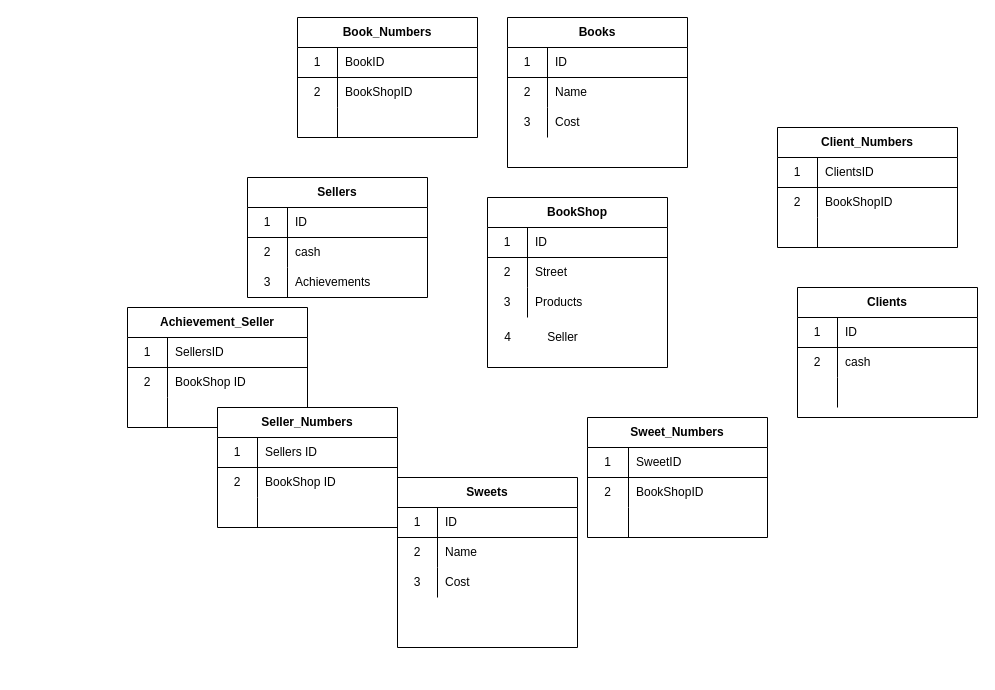
This is Untitled Diagram.drawio from Isska-prog/Autor, a draw.io file, before an edit. Source tidied: cells renumbered, new cells numbered last; positions are measured from the earlier drawing's top-left corner, leaving out a move shared by most shapes. Both pictures are drawn from the tidied source at 100%, with x=0, y=0 at pixel (127, 17).
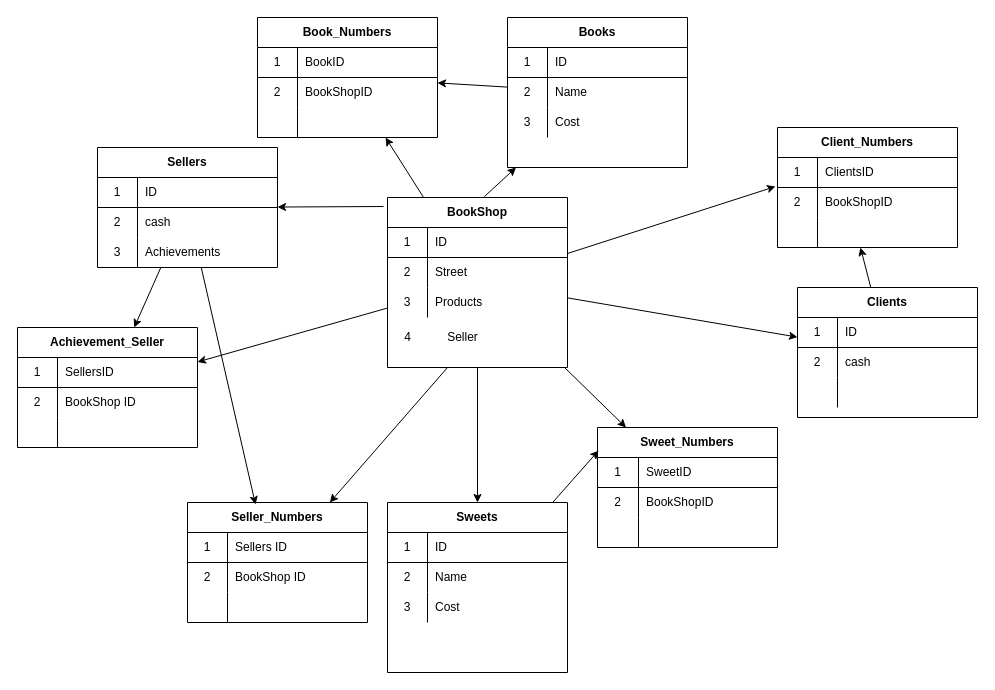
Above is the later version.

Unchanged cells that the change refers to:
```xml
<mxCell id="12" value="Books" style="shape=table;html=1;whiteSpace=wrap;startSize=30;childLayout=tableLayout;rowLines=0;fontStyle=1;align=center;" parent="1" vertex="1">
  <mxGeometry x="380" width="180" height="150" as="geometry" />
</mxCell>
<mxCell id="32" value="Clients" style="shape=table;html=1;whiteSpace=wrap;startSize=30;childLayout=tableLayout;rowLines=0;fontStyle=1;align=center;" parent="1" vertex="1">
  <mxGeometry x="670" y="270" width="180" height="130" as="geometry" />
</mxCell>
<mxCell id="66" style="shape=partialRectangle;html=1;whiteSpace=wrap;fillColor=none;top=0;left=0;bottom=0;right=0;points=[[0,0.5],[1,0.5]];portConstraint=eastwest;" parent="62" vertex="1">
  <mxGeometry y="60" width="180" height="30" as="geometry" />
</mxCell>
<mxCell id="69" style="shape=partialRectangle;html=1;whiteSpace=wrap;fillColor=none;top=0;left=0;bottom=0;right=0;points=[[0,0.5],[1,0.5]];portConstraint=eastwest;" parent="62" vertex="1">
  <mxGeometry y="90" width="180" height="30" as="geometry" />
</mxCell>
```

What changed in the source:
```diff
@@
     <mxCell id="2" value="BookShop" style="shape=table;html=1;whiteSpace=wrap;startSize=30;childLayout=tableLayout;rowLines=0;fontStyle=1;align=center;" parent="1" vertex="1">
-      <mxGeometry x="360" y="180" width="180" height="170" as="geometry" />
+      <mxGeometry x="260" y="180" width="180" height="170" as="geometry" />
     </mxCell>
@@
     <mxCell id="22" value="Book_Numbers" style="shape=table;html=1;whiteSpace=wrap;startSize=30;childLayout=tableLayout;rowLines=0;fontStyle=1;align=center;" parent="1" vertex="1">
-      <mxGeometry x="170" width="180" height="120" as="geometry" />
+      <mxGeometry x="130" width="180" height="120" as="geometry" />
     </mxCell>
@@
     <mxCell id="42" value="Sweets" style="shape=table;html=1;whiteSpace=wrap;startSize=30;childLayout=tableLayout;rowLines=0;fontStyle=1;align=center;" parent="1" vertex="1">
-      <mxGeometry x="270" y="460" width="180" height="170" as="geometry" />
+      <mxGeometry x="260" y="485" width="180" height="170" as="geometry" />
     </mxCell>
@@
     <mxCell id="52" value="Sweet_Numbers" style="shape=table;html=1;whiteSpace=wrap;startSize=30;childLayout=tableLayout;rowLines=0;fontStyle=1;align=center;" parent="1" vertex="1">
-      <mxGeometry x="460" y="400" width="180" height="120" as="geometry" />
+      <mxGeometry x="470" y="410" width="180" height="120" as="geometry" />
     </mxCell>
@@
     <mxCell id="72" value="4" style="text;html=1;align=center;verticalAlign=middle;strokeColor=none;" parent="1" vertex="1">
-      <mxGeometry x="370" y="310" width="20" height="20" as="geometry" />
+      <mxGeometry x="270" y="310" width="20" height="20" as="geometry" />
     </mxCell>
     <mxCell id="73" value="Seller" style="text;html=1;align=center;verticalAlign=middle;strokeColor=none;" parent="1" vertex="1">
-      <mxGeometry x="410" y="310" width="50" height="20" as="geometry" />
+      <mxGeometry x="310" y="310" width="50" height="20" as="geometry" />
     </mxCell>
     <mxCell id="74" value="Sellers" style="shape=table;html=1;whiteSpace=wrap;startSize=30;childLayout=tableLayout;rowLines=0;fontStyle=1;align=center;" parent="1" vertex="1">
-      <mxGeometry x="120" y="160" width="180" height="120" as="geometry" />
+      <mxGeometry x="-30" y="130" width="180" height="120" as="geometry" />
     </mxCell>
@@
     <mxCell id="84" value="Achievement_Seller" style="shape=table;html=1;whiteSpace=wrap;startSize=30;childLayout=tableLayout;rowLines=0;fontStyle=1;align=center;" parent="1" vertex="1">
-      <mxGeometry y="290" width="180" height="120" as="geometry" />
+      <mxGeometry x="-110" y="310" width="180" height="120" as="geometry" />
     </mxCell>
@@
     <mxCell id="94" value="Seller_Numbers" style="shape=table;html=1;whiteSpace=wrap;startSize=30;childLayout=tableLayout;rowLines=0;fontStyle=1;align=center;" parent="1" vertex="1">
-      <mxGeometry x="90" y="390" width="180" height="120" as="geometry" />
+      <mxGeometry x="60" y="485" width="180" height="120" as="geometry" />
     </mxCell>
@@
+    <mxCell id="104" style="endArrow=classic;html=1;exitX=-0.022;exitY=0.053;exitDx=0;exitDy=0;exitPerimeter=0;" parent="1" edge="1" source="2" target="74">
+      <mxGeometry relative="1" as="geometry" />
+    </mxCell>
+    <mxCell id="105" style="endArrow=classic;html=1;" parent="1" edge="1" source="74" target="84">
+      <mxGeometry relative="1" as="geometry" />
+    </mxCell>
+    <mxCell id="106" style="endArrow=classic;html=1;" parent="1" edge="1" source="2" target="84">
+      <mxGeometry relative="1" as="geometry" />
+    </mxCell>
+    <mxCell id="107" style="endArrow=classic;html=1;" parent="1" edge="1" target="94">
+      <mxGeometry relative="1" as="geometry">
+        <mxPoint x="320" y="350" as="sourcePoint" />
+      </mxGeometry>
+    </mxCell>
+    <mxCell id="108" style="endArrow=classic;html=1;entryX=0.378;entryY=0.017;entryDx=0;entryDy=0;entryPerimeter=0;" parent="1" edge="1" source="74" target="94">
+      <mxGeometry relative="1" as="geometry" />
+    </mxCell>
+    <mxCell id="109" style="endArrow=classic;html=1;" parent="1" edge="1" source="2" target="22">
+      <mxGeometry relative="1" as="geometry" />
+    </mxCell>
+    <mxCell id="110" style="endArrow=classic;html=1;exitX=0.539;exitY=-0.006;exitDx=0;exitDy=0;exitPerimeter=0;" parent="1" edge="1" source="2" target="12">
+      <mxGeometry relative="1" as="geometry" />
+    </mxCell>
+    <mxCell id="111" style="endArrow=classic;html=1;" parent="1" edge="1" source="12" target="22">
+      <mxGeometry relative="1" as="geometry" />
+    </mxCell>
+    <mxCell id="112" style="endArrow=classic;html=1;entryX=-0.011;entryY=-0.033;entryDx=0;entryDy=0;entryPerimeter=0;" parent="1" edge="1" source="2" target="66">
+      <mxGeometry relative="1" as="geometry" />
+    </mxCell>
+    <mxCell id="113" style="endArrow=classic;html=1;" parent="1" edge="1" source="2" target="32">
+      <mxGeometry relative="1" as="geometry" />
+    </mxCell>
+    <mxCell id="114" style="endArrow=classic;html=1;entryX=0.461;entryY=1;entryDx=0;entryDy=0;entryPerimeter=0;" parent="1" edge="1" source="32" target="69">
+      <mxGeometry relative="1" as="geometry" />
+    </mxCell>
+    <mxCell id="115" style="endArrow=classic;html=1;" parent="1" edge="1" source="2" target="52">
+      <mxGeometry relative="1" as="geometry" />
+    </mxCell>
+    <mxCell id="116" style="endArrow=classic;html=1;entryX=0.5;entryY=0;entryDx=0;entryDy=0;exitX=0.5;exitY=1;exitDx=0;exitDy=0;" parent="1" edge="1" source="2" target="42">
+      <mxGeometry relative="1" as="geometry" />
+    </mxCell>
+    <mxCell id="117" style="endArrow=classic;html=1;entryX=0.006;entryY=0.192;entryDx=0;entryDy=0;entryPerimeter=0;" parent="1" edge="1" source="42" target="52">
+      <mxGeometry relative="1" as="geometry" />
+    </mxCell>
```
